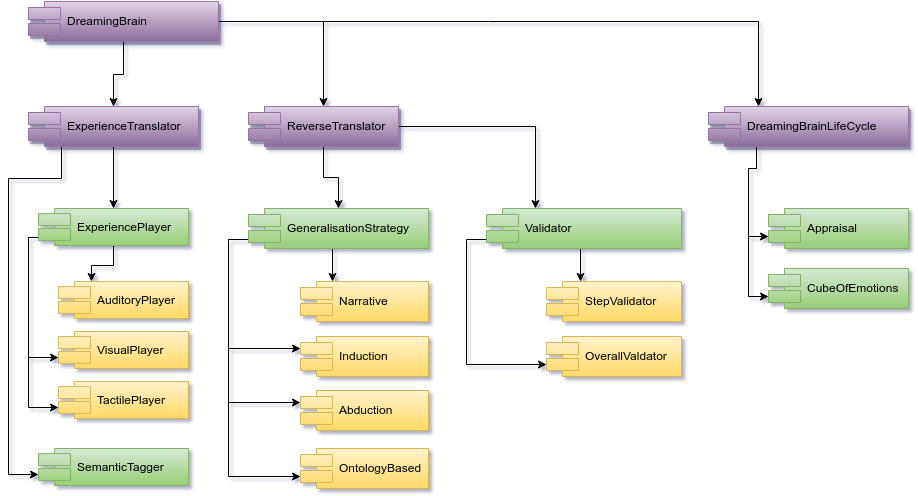
Above: doc/HLD_Component_SleepingBrainLifeCycle.png in research-team/robot-dream (draw.io), before the change. Source tidied: cells renumbered, new cells last; positions are measured from the earlier drawing's top-left corner, leaving out a move shared by most shapes.
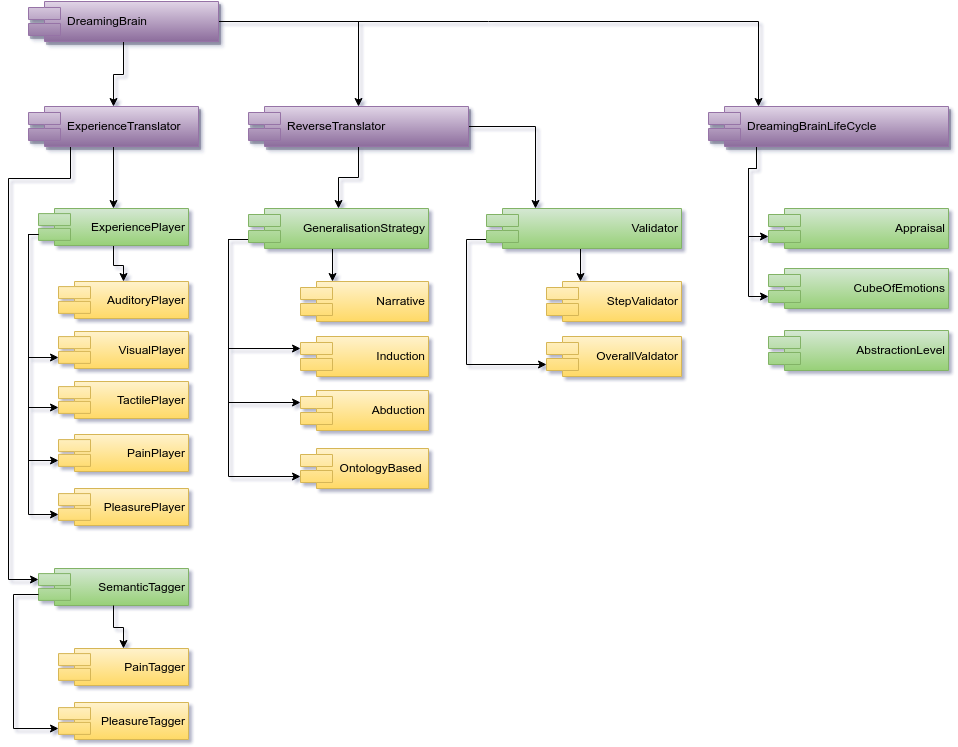
Later version of the same file.

Commit message:
Reverse translation: added sleeping brain components

What changed in the source:
```diff
@@ -9,9 +9,9 @@
       <mxGeometry x="410" y="518" as="geometry" />
     </mxCell>
     <mxCell id="4" value="ReverseTranslator" style="shape=component;align=left;spacingLeft=36;plain-purple;shadow=1;comic=0;" parent="1" vertex="1">
-      <mxGeometry x="240" y="105" width="150" height="40" as="geometry" />
+      <mxGeometry x="240" y="105" width="220" height="40" as="geometry" />
     </mxCell>
-    <mxCell id="5" style="edgeStyle=orthogonalEdgeStyle;rounded=0;html=1;exitX=0;exitY=0.7;entryX=0;entryY=0.3;jettySize=auto;" parent="1" edge="1" source="9" target="11">
+    <mxCell id="5" style="edgeStyle=orthogonalEdgeStyle;rounded=0;html=1;exitX=0;exitY=0.7;entryX=0;entryY=0.3;jettySize=auto;align=right;" parent="1" edge="1" source="9" target="11">
       <mxGeometry x="240" y="628" as="geometry">
         <Array as="points">
           <mxPoint x="220" y="238" />
@@ -19,7 +19,7 @@
         </Array>
       </mxGeometry>
     </mxCell>
-    <mxCell id="6" style="edgeStyle=orthogonalEdgeStyle;rounded=0;html=1;exitX=0;exitY=0.7;entryX=0;entryY=0.3;jettySize=auto;" parent="1" edge="1" source="9" target="12">
+    <mxCell id="6" style="edgeStyle=orthogonalEdgeStyle;rounded=0;html=1;exitX=0;exitY=0.7;entryX=0;entryY=0.3;jettySize=auto;align=right;" parent="1" edge="1" source="9" target="12">
       <mxGeometry x="240" y="628" as="geometry">
         <Array as="points">
           <mxPoint x="220" y="238" />
@@ -27,7 +27,7 @@
         </Array>
       </mxGeometry>
     </mxCell>
-    <mxCell id="7" style="edgeStyle=orthogonalEdgeStyle;rounded=0;html=1;entryX=0;entryY=0.7;jettySize=auto;exitX=0;exitY=0.7;" parent="1" edge="1" source="9" target="20">
+    <mxCell id="7" style="edgeStyle=orthogonalEdgeStyle;rounded=0;html=1;entryX=0;entryY=0.7;jettySize=auto;exitX=0;exitY=0.7;align=right;" parent="1" edge="1" source="9" target="20">
       <mxGeometry x="240" y="628" as="geometry">
         <Array as="points">
           <mxPoint x="220" y="238" />
@@ -35,56 +35,56 @@
         </Array>
       </mxGeometry>
     </mxCell>
-    <mxCell id="8" style="edgeStyle=orthogonalEdgeStyle;rounded=0;html=1;exitX=0.5;exitY=1;entryX=0.25;entryY=0;jettySize=auto;" parent="1" edge="1" source="9" target="10">
+    <mxCell id="8" style="edgeStyle=orthogonalEdgeStyle;rounded=0;html=1;exitX=0.5;exitY=1;entryX=0.25;entryY=0;jettySize=auto;align=right;" parent="1" edge="1" source="9" target="10">
       <mxGeometry x="344" y="640" as="geometry" />
     </mxCell>
-    <mxCell id="9" value="GeneralisationStrategy" style="shape=component;align=left;spacingLeft=36;plain-green;" parent="1" vertex="1">
+    <mxCell id="9" value="GeneralisationStrategy" style="shape=component;align=right;spacingLeft=36;plain-green;" parent="1" vertex="1">
       <mxGeometry x="240" y="207" width="180" height="40" as="geometry" />
     </mxCell>
-    <mxCell id="10" value="Narrative" style="shape=component;align=left;spacingLeft=36;plain-yellow;" parent="1" vertex="1">
+    <mxCell id="10" value="Narrative" style="shape=component;align=right;spacingLeft=36;plain-yellow;" parent="1" vertex="1">
       <mxGeometry x="292" y="280" width="128" height="40" as="geometry" />
     </mxCell>
-    <mxCell id="11" value="Induction" style="shape=component;align=left;spacingLeft=36;plain-yellow;" parent="1" vertex="1">
+    <mxCell id="11" value="Induction" style="shape=component;align=right;spacingLeft=36;plain-yellow;" parent="1" vertex="1">
       <mxGeometry x="292" y="335" width="128" height="40" as="geometry" />
     </mxCell>
-    <mxCell id="12" value="Abduction" style="shape=component;align=left;spacingLeft=36;plain-yellow;" parent="1" vertex="1">
+    <mxCell id="12" value="Abduction" style="shape=component;align=right;spacingLeft=36;plain-yellow;" parent="1" vertex="1">
       <mxGeometry x="292" y="389" width="128" height="40" as="geometry" />
     </mxCell>
-    <mxCell id="13" style="edgeStyle=orthogonalEdgeStyle;rounded=0;html=1;exitX=0.5;exitY=1;entryX=0.25;entryY=0;jettySize=auto;" parent="1" edge="1" source="16" target="17">
-      <mxGeometry x="103" y="637" as="geometry" />
-    </mxCell>
-    <mxCell id="14" style="edgeStyle=orthogonalEdgeStyle;rounded=0;html=1;exitX=0;exitY=0.7;entryX=0;entryY=0.7;jettySize=auto;" parent="1" edge="1" source="16" target="18">
+    <mxCell id="14" style="edgeStyle=orthogonalEdgeStyle;rounded=0;html=1;exitX=0;exitY=0.7;entryX=0;entryY=0.7;jettySize=auto;align=right;" parent="1" edge="1" source="16" target="18">
       <mxGeometry x="40" y="626" as="geometry">
         <Array as="points">
-          <mxPoint x="20" y="236" />
+          <mxPoint x="20" y="233" />
           <mxPoint x="20" y="356" />
         </Array>
       </mxGeometry>
     </mxCell>
-    <mxCell id="15" style="edgeStyle=orthogonalEdgeStyle;rounded=0;html=1;exitX=0;exitY=0.7;entryX=0;entryY=0.7;jettySize=auto;" parent="1" edge="1" source="16" target="19">
+    <mxCell id="15" style="edgeStyle=orthogonalEdgeStyle;rounded=0;html=1;exitX=0;exitY=0.7;entryX=0;entryY=0.7;jettySize=auto;align=right;" parent="1" edge="1" source="16" target="19">
       <mxGeometry x="40" y="626" as="geometry">
         <Array as="points">
-          <mxPoint x="20" y="236" />
+          <mxPoint x="20" y="233" />
           <mxPoint x="20" y="406" />
         </Array>
       </mxGeometry>
     </mxCell>
+    <mxCell id="13" style="edgeStyle=orthogonalEdgeStyle;rounded=0;html=1;startArrow=none;startFill=0;endArrow=classic;endFill=1;endSize=6;jettySize=auto;strokeColor=#000000;fillColor=#97D077;gradientColor=#97D077;fontSize=20;align=right;" parent="1" edge="1" source="16" target="17">
+      <mxGeometry relative="1" as="geometry" />
+    </mxCell>
-    <mxCell id="16" value="ExperiencePlayer" style="shape=component;align=left;spacingLeft=36;plain-green;" parent="1" vertex="1">
+    <mxCell id="16" value="ExperiencePlayer" style="shape=component;align=right;spacingLeft=36;plain-green;" parent="1" vertex="1">
       <mxGeometry x="30" y="207" width="150" height="37" as="geometry" />
     </mxCell>
-    <mxCell id="17" value="AuditoryPlayer" style="shape=component;align=left;spacingLeft=36;plain-yellow;" parent="1" vertex="1">
+    <mxCell id="17" value="AuditoryPlayer" style="shape=component;align=right;spacingLeft=36;plain-yellow;" parent="1" vertex="1">
       <mxGeometry x="50" y="280" width="130" height="37" as="geometry" />
     </mxCell>
-    <mxCell id="18" value="VisualPlayer" style="shape=component;align=left;spacingLeft=36;plain-yellow;" parent="1" vertex="1">
+    <mxCell id="18" value="VisualPlayer" style="shape=component;align=right;spacingLeft=36;plain-yellow;" parent="1" vertex="1">
       <mxGeometry x="50" y="330" width="130" height="37" as="geometry" />
     </mxCell>
-    <mxCell id="19" value="TactilePlayer" style="shape=component;align=left;spacingLeft=36;plain-yellow;" parent="1" vertex="1">
+    <mxCell id="19" value="TactilePlayer" style="shape=component;align=right;spacingLeft=36;plain-yellow;" parent="1" vertex="1">
       <mxGeometry x="50" y="380" width="130" height="37" as="geometry" />
     </mxCell>
-    <mxCell id="20" value="OntologyBased " style="shape=component;align=left;spacingLeft=36;plain-yellow;" parent="1" vertex="1">
+    <mxCell id="20" value="OntologyBased " style="shape=component;align=right;spacingLeft=36;plain-yellow;" parent="1" vertex="1">
       <mxGeometry x="292" y="447" width="128" height="40" as="geometry" />
     </mxCell>
-    <mxCell id="21" style="edgeStyle=orthogonalEdgeStyle;rounded=0;html=1;exitX=0;exitY=0.7;entryX=0;entryY=0.7;jettySize=auto;" parent="1" edge="1" source="23" target="25">
+    <mxCell id="21" style="edgeStyle=orthogonalEdgeStyle;rounded=0;html=1;exitX=0;exitY=0.7;entryX=0;entryY=0.7;jettySize=auto;align=right;" parent="1" edge="1" source="23" target="25">
       <mxGeometry x="478" y="628" as="geometry">
         <Array as="points">
           <mxPoint x="478" y="238" />
@@ -93,27 +93,27 @@
         </Array>
       </mxGeometry>
     </mxCell>
-    <mxCell id="22" style="edgeStyle=orthogonalEdgeStyle;rounded=0;html=1;exitX=0.5;exitY=1;entryX=0.25;entryY=0;jettySize=auto;" parent="1" edge="1" source="23" target="24">
+    <mxCell id="22" style="edgeStyle=orthogonalEdgeStyle;rounded=0;html=1;exitX=0.5;exitY=1;entryX=0.25;entryY=0;jettySize=auto;align=right;" parent="1" edge="1" source="23" target="24">
       <mxGeometry x="592" y="640" as="geometry" />
     </mxCell>
-    <mxCell id="23" value="Validator" style="shape=component;align=left;spacingLeft=36;plain-green;" parent="1" vertex="1">
+    <mxCell id="23" value="Validator" style="shape=component;align=right;spacingLeft=36;plain-green;" parent="1" vertex="1">
       <mxGeometry x="478" y="207" width="195" height="40" as="geometry" />
     </mxCell>
-    <mxCell id="24" value="StepValidator" style="shape=component;align=left;spacingLeft=36;plain-yellow;" parent="1" vertex="1">
+    <mxCell id="24" value="StepValidator" style="shape=component;align=right;spacingLeft=36;plain-yellow;" parent="1" vertex="1">
       <mxGeometry x="538" y="280" width="135" height="40" as="geometry" />
     </mxCell>
-    <mxCell id="25" value="OverallValdator" style="shape=component;align=left;spacingLeft=36;plain-yellow;" parent="1" vertex="1">
+    <mxCell id="25" value="OverallValdator" style="shape=component;align=right;spacingLeft=36;plain-yellow;" parent="1" vertex="1">
       <mxGeometry x="538" y="335" width="135" height="40" as="geometry" />
     </mxCell>
     <mxCell id="26" style="edgeStyle=orthogonalEdgeStyle;rounded=0;html=1;exitX=0.5;exitY=1;entryX=0.5;entryY=0;endArrow=classic;endFill=1;jettySize=auto;" parent="1" edge="1" source="28" target="16">
       <mxGeometry x="125" y="538" as="geometry" />
     </mxCell>
-    <mxCell id="27" style="edgeStyle=orthogonalEdgeStyle;rounded=0;html=1;exitX=0.25;exitY=1;entryX=0;entryY=0.7;endArrow=classic;endFill=1;jettySize=auto;" parent="1" edge="1" source="28" target="33">
+    <mxCell id="27" style="edgeStyle=orthogonalEdgeStyle;rounded=0;html=1;exitX=0.25;exitY=1;entryX=0;entryY=0.3;endArrow=classic;endFill=1;jettySize=auto;" parent="1" edge="1" source="28" target="33">
       <mxGeometry x="20" y="538" as="geometry">
         <Array as="points">
-          <mxPoint x="53" y="177" />
+          <mxPoint x="62" y="177" />
           <mxPoint y="177" />
-          <mxPoint y="473" />
+          <mxPoint y="578" />
         </Array>
       </mxGeometry>
     </mxCell>
@@ -126,7 +126,7 @@
     <mxCell id="30" style="edgeStyle=orthogonalEdgeStyle;rounded=0;html=1;jettySize=auto;" parent="1" edge="1" source="32" target="28">
       <mxGeometry x="125" y="433" as="geometry" />
     </mxCell>
-    <mxCell id="31" style="edgeStyle=orthogonalEdgeStyle;rounded=0;html=1;exitX=1;exitY=0.5;entryX=0.25;entryY=0;endArrow=classic;endFill=1;jettySize=auto;fontSize=14;" parent="1" edge="1" source="32" target="36">
+    <mxCell id="31" style="edgeStyle=orthogonalEdgeStyle;rounded=0;html=1;exitX=1;exitY=0.5;endArrow=classic;endFill=1;jettySize=auto;fontSize=14;" parent="1" edge="1" source="32" target="36">
       <mxGeometry x="230" y="413" as="geometry">
         <Array as="points">
           <mxPoint x="750" y="20" />
@@ -136,8 +136,8 @@
     <mxCell id="32" value="DreamingBrain" style="shape=component;align=left;spacingLeft=36;plain-purple;shadow=1;comic=0;" parent="1" vertex="1">
       <mxGeometry x="20" width="190" height="40" as="geometry" />
     </mxCell>
-    <mxCell id="33" value="SemanticTagger" style="shape=component;align=left;spacingLeft=36;plain-green;" parent="1" vertex="1">
-      <mxGeometry x="30" y="447" width="150" height="37" as="geometry" />
+    <mxCell id="33" value="SemanticTagger" style="shape=component;align=right;spacingLeft=36;plain-green;" parent="1" vertex="1">
+      <mxGeometry x="30" y="567" width="150" height="37" as="geometry" />
     </mxCell>
     <mxCell id="34" style="edgeStyle=orthogonalEdgeStyle;rounded=0;html=1;exitX=0.25;exitY=1;entryX=0;entryY=0.7;endArrow=classic;endFill=1;jettySize=auto;fontSize=14;" parent="1" edge="1" source="36" target="38">
       <mxGeometry x="760" y="538" as="geometry">
@@ -159,19 +159,66 @@
       </mxGeometry>
     </mxCell>
     <mxCell id="36" value="DreamingBrainLifeCycle" style="shape=component;align=left;spacingLeft=36;plain-purple;shadow=1;comic=0;" parent="1" vertex="1">
-      <mxGeometry x="700" y="105" width="200" height="40" as="geometry" />
+      <mxGeometry x="700" y="105" width="240" height="40" as="geometry" />
     </mxCell>
-    <mxCell id="37" style="edgeStyle=orthogonalEdgeStyle;rounded=0;html=1;exitX=0.5;exitY=1;endArrow=classic;endFill=1;jettySize=auto;orthogonalLoop=1;fontSize=14;" parent="1" edge="1">
+    <mxCell id="37" style="edgeStyle=orthogonalEdgeStyle;rounded=0;html=1;exitX=0.5;exitY=1;endArrow=classic;endFill=1;jettySize=auto;orthogonalLoop=1;fontSize=14;align=right;" parent="1" edge="1">
       <mxGeometry x="835" y="608" as="geometry">
         <mxPoint x="815" y="215" as="sourcePoint" />
         <mxPoint x="815" y="215" as="targetPoint" />
       </mxGeometry>
     </mxCell>
-    <mxCell id="38" value="Appraisal" style="shape=component;align=left;spacingLeft=36;plain-green;" parent="1" vertex="1">
-      <mxGeometry x="760" y="207" width="140" height="40" as="geometry" />
+    <mxCell id="38" value="Appraisal" style="shape=component;align=right;spacingLeft=36;plain-green;" parent="1" vertex="1">
+      <mxGeometry x="760" y="207" width="180" height="40" as="geometry" />
     </mxCell>
-    <mxCell id="39" value="CubeOfEmotions" style="shape=component;align=left;spacingLeft=36;plain-green;" parent="1" vertex="1">
-      <mxGeometry x="760" y="267" width="140" height="40" as="geometry" />
+    <mxCell id="39" value="CubeOfEmotions" style="shape=component;align=right;spacingLeft=36;plain-green;" parent="1" vertex="1">
+      <mxGeometry x="760" y="267" width="180" height="40" as="geometry" />
     </mxCell>
+    <mxCell id="40" value="PainPlayer" style="shape=component;align=right;spacingLeft=36;plain-yellow;" parent="1" vertex="1">
+      <mxGeometry x="50" y="433" width="130" height="37" as="geometry" />
+    </mxCell>
+    <mxCell id="41" value="PleasurePlayer" style="shape=component;align=right;spacingLeft=36;plain-yellow;" parent="1" vertex="1">
+      <mxGeometry x="50" y="487" width="130" height="37" as="geometry" />
+    </mxCell>
+    <mxCell id="42" style="edgeStyle=orthogonalEdgeStyle;rounded=0;html=1;exitX=0;exitY=0.7;entryX=0;entryY=0.7;jettySize=auto;align=right;" parent="1" edge="1" source="16" target="40">
+      <mxGeometry x="50" y="636" as="geometry">
+        <Array as="points">
+          <mxPoint x="20" y="233" />
+          <mxPoint x="20" y="459" />
+        </Array>
+      </mxGeometry>
+    </mxCell>
+    <mxCell id="43" style="edgeStyle=orthogonalEdgeStyle;rounded=0;html=1;exitX=0;exitY=0.7;entryX=0;entryY=0.7;jettySize=auto;align=right;" parent="1" edge="1" source="16" target="41">
+      <mxGeometry x="60" y="646" as="geometry">
+        <Array as="points">
+          <mxPoint x="20" y="233" />
+          <mxPoint x="20" y="513" />
+        </Array>
+      </mxGeometry>
+    </mxCell>
+    <mxCell id="44" value="PainTagger" style="shape=component;align=right;spacingLeft=36;plain-yellow;" parent="1" vertex="1">
+      <mxGeometry x="50" y="647" width="130" height="37" as="geometry" />
+    </mxCell>
+    <mxCell id="45" value="PleasureTagger" style="shape=component;align=right;spacingLeft=36;plain-yellow;" parent="1" vertex="1">
+      <mxGeometry x="50" y="701" width="130" height="37" as="geometry" />
+    </mxCell>
+    <mxCell id="46" style="edgeStyle=orthogonalEdgeStyle;rounded=0;html=1;jettySize=auto;align=right;" parent="1" edge="1" source="33" target="44">
+      <mxGeometry x="113" y="647" as="geometry">
+        <Array as="points">
+          <mxPoint x="105" y="626" />
+          <mxPoint x="115" y="626" />
+        </Array>
+      </mxGeometry>
+    </mxCell>
+    <mxCell id="47" style="edgeStyle=orthogonalEdgeStyle;rounded=0;html=1;exitX=0;exitY=0.7;entryX=0;entryY=0.7;jettySize=auto;align=right;" parent="1" edge="1" source="33" target="45">
+      <mxGeometry x="45" y="1000" as="geometry">
+        <Array as="points">
+          <mxPoint x="5" y="593" />
+          <mxPoint x="5" y="727" />
+        </Array>
+      </mxGeometry>
+    </mxCell>
+    <mxCell id="48" value="AbstractionLevel" style="shape=component;align=right;spacingLeft=36;plain-green;" parent="1" vertex="1">
+      <mxGeometry x="760" y="329" width="180" height="40" as="geometry" />
+    </mxCell>
   </root>
 </mxGraphModel>
```
